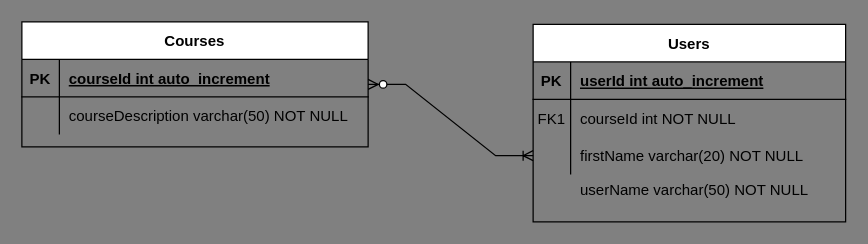
Above: ERD.drawio in sarahkgh/HWA (draw.io), before the change. Source tidied: cells renumbered, new cells numbered last; positions are measured from the earlier drawing's top-left corner, leaving out a move shared by most shapes. Both pictures are drawn from the tidied source at 125%, with x=0, y=0 at pixel (21, 21).
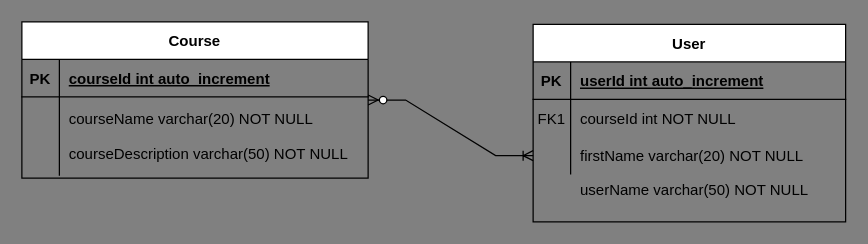
The same page after the edit.

Change to the diagram source:
```diff
@@
-    <mxCell id="2" value="Users" style="shape=table;startSize=30;childLayout=tableLayout;rowLines=0;fontStyle=1;align=center;" parent="1" vertex="1">
+    <mxCell id="2" value="User" style="shape=table;startSize=30;childLayout=tableLayout;rowLines=0;fontStyle=1;align=center;" parent="1" vertex="1">
       <mxGeometry x="409" y="2" width="250" height="158" as="geometry" />
     </mxCell>
@@
-    <mxCell id="12" value="Courses" style="shape=table;startSize=30;childLayout=tableLayout;rowLines=0;fontStyle=1;align=center;" parent="1" vertex="1">
-      <mxGeometry width="277" height="100" as="geometry" />
+    <mxCell id="12" value="Course" style="shape=table;startSize=30;childLayout=tableLayout;rowLines=0;fontStyle=1;align=center;" parent="1" vertex="1">
+      <mxGeometry width="277" height="125" as="geometry" />
     </mxCell>
@@
     <mxCell id="16" style="shape=partialRectangle;fillColor=none;top=0;left=0;right=0;bottom=0;" parent="12" vertex="1">
-      <mxGeometry y="60" width="277" height="30" as="geometry" />
+      <mxGeometry y="60" width="277" height="63" as="geometry" />
     </mxCell>
     <mxCell id="17" style="shape=partialRectangle;overflow=hidden;fillColor=none;top=0;left=0;bottom=0;right=0;" parent="16" vertex="1">
-      <mxGeometry width="30" height="30" as="geometry" />
+      <mxGeometry width="30" height="63" as="geometry" />
     </mxCell>
-    <mxCell id="18" value="courseDescription varchar(50) NOT NULL" style="shape=partialRectangle;overflow=hidden;fillColor=none;top=0;left=0;bottom=0;right=0;align=left;spacingLeft=6;" parent="16" vertex="1">
-      <mxGeometry x="30" width="247" height="30" as="geometry" />
+    <mxCell id="18" value="courseName varchar(20) NOT NULL&#10;&#10;courseDescription varchar(50) NOT NULL" style="shape=partialRectangle;overflow=hidden;fillColor=none;top=0;left=0;bottom=0;right=0;align=left;spacingLeft=6;" parent="16" vertex="1">
+      <mxGeometry x="30" width="247" height="63" as="geometry" />
     </mxCell>
```
